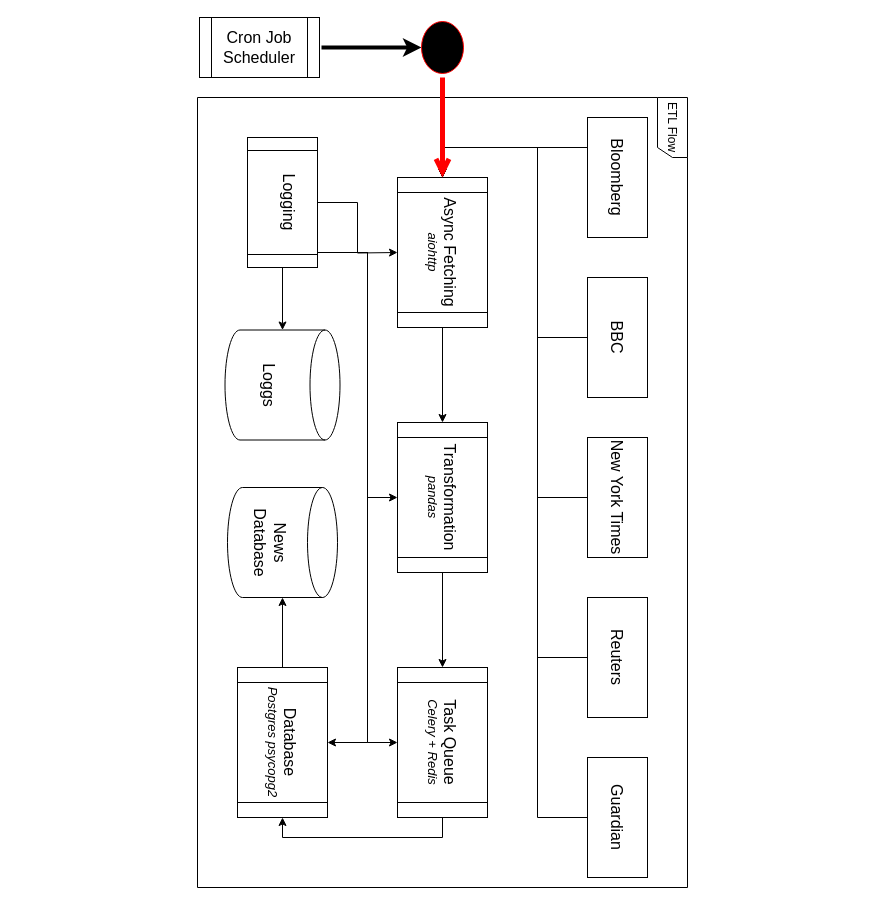
Earlier version of the draw.io diagram etl_process.drawio (JakubK2004/JakubK2004). Source tidied: cells renumbered, new cells numbered last; positions are measured from the earlier drawing's top-left corner, leaving out a move shared by most shapes. Both pictures are drawn from the tidied source at 100%, with x=0, y=0 at pixel (47, 17).
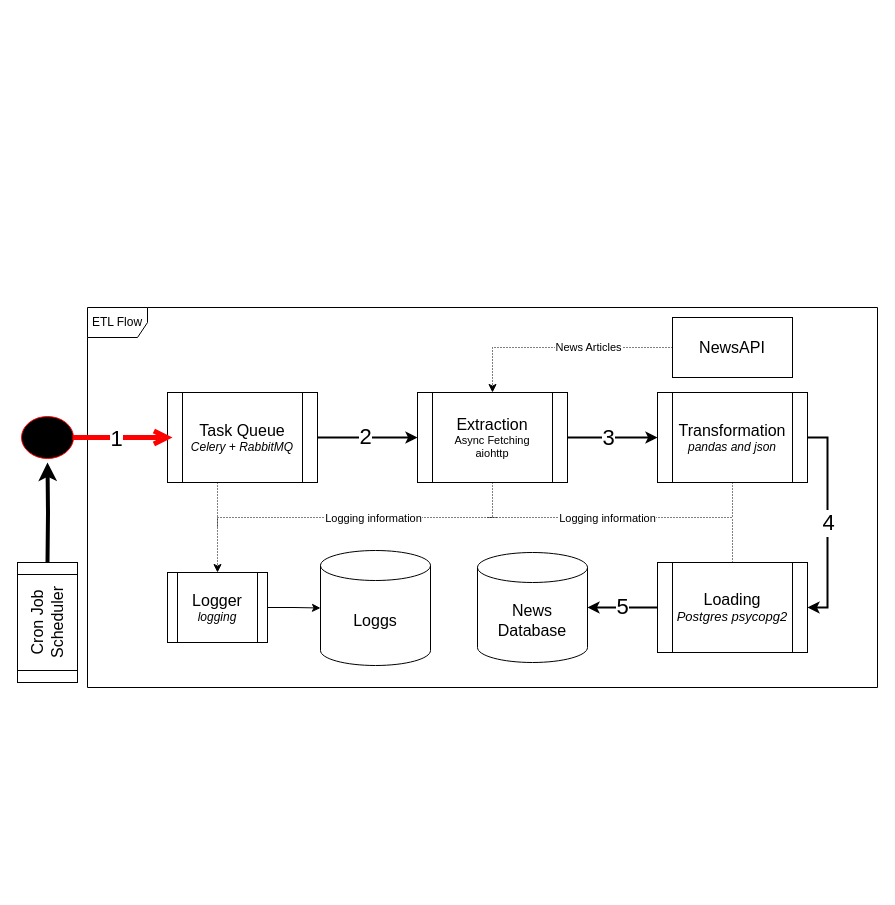
The same page after the edit.

The edit, as a diff of the source:
```diff
@@
-    <mxCell id="2" style="edgeStyle=orthogonalEdgeStyle;rounded=0;orthogonalLoop=1;jettySize=auto;html=1;strokeWidth=4;" parent="1" edge="1">
+    <mxCell id="2" style="edgeStyle=orthogonalEdgeStyle;rounded=0;jettySize=auto;html=1;strokeWidth=4;" parent="1" edge="1" target="33">
       <mxGeometry relative="1" as="geometry">
-        <mxPoint x="274" y="30" as="sourcePoint" />
-        <mxPoint x="374" y="30" as="targetPoint" />
+        <mxPoint y="545" as="sourcePoint" />
       </mxGeometry>
     </mxCell>
-    <mxCell id="3" value="&lt;font style=&quot;font-size: 16px;&quot;&gt;Cron Job Scheduler&lt;/font&gt;" style="shape=process;whiteSpace=wrap;html=1;backgroundOutline=1;" parent="1" vertex="1">
-      <mxGeometry x="152" width="120" height="60" as="geometry" />
-    </mxCell>
-    <mxCell id="4" style="group;rotation=90;" parent="1" vertex="1">
-      <mxGeometry y="230" width="790" height="490" as="geometry" />
-    </mxCell>
-    <mxCell id="5" style="group;rotation=90;" parent="4" vertex="1">
-      <mxGeometry x="190" y="220" width="760" height="60" as="geometry" />
-    </mxCell>
-    <mxCell id="6" value="&lt;font style=&quot;font-size: 16px;&quot;&gt;BBC&lt;/font&gt;" style="rounded=0;whiteSpace=wrap;html=1;rotation=90;" parent="5" vertex="1">
-      <mxGeometry x="320" y="-160" width="120" height="60" as="geometry" />
-    </mxCell>
-    <mxCell id="7" value="&lt;font style=&quot;font-size: 16px;&quot;&gt;New York Times&lt;/font&gt;" style="rounded=0;whiteSpace=wrap;html=1;rotation=90;" parent="5" vertex="1">
-      <mxGeometry x="320" width="120" height="60" as="geometry" />
-    </mxCell>
-    <mxCell id="8" value="&lt;font style=&quot;font-size: 16px;&quot;&gt;Guardian&lt;/font&gt;" style="rounded=0;whiteSpace=wrap;html=1;rotation=90;" parent="5" vertex="1">
-      <mxGeometry x="320" y="320" width="120" height="60" as="geometry" />
-    </mxCell>
-    <mxCell id="9" value="&lt;font style=&quot;font-size: 16px;&quot;&gt;Bloomberg&lt;/font&gt;" style="rounded=0;whiteSpace=wrap;html=1;rotation=90;" parent="5" vertex="1">
-      <mxGeometry x="320" y="-320" width="120" height="60" as="geometry" />
+    <mxCell id="9" value="&lt;font style=&quot;font-size: 16px;&quot;&gt;NewsAPI&lt;/font&gt;" style="rounded=0;whiteSpace=wrap;html=1;rotation=0;" parent="1" vertex="1">
+      <mxGeometry x="625" y="300" width="120" height="60" as="geometry" />
     </mxCell>
-    <mxCell id="10" value="&lt;font style=&quot;font-size: 16px;&quot;&gt;Reuters&lt;/font&gt;" style="rounded=0;whiteSpace=wrap;html=1;rotation=90;" parent="5" vertex="1">
-      <mxGeometry x="320" y="160" width="120" height="60" as="geometry" />
-    </mxCell>
-    <mxCell id="11" style="edgeStyle=orthogonalEdgeStyle;rounded=0;jettySize=auto;html=1;entryX=0;entryY=0.5;entryDx=0;entryDy=0;" parent="4" edge="1" source="12" target="14">
-      <mxGeometry relative="1" as="geometry" />
-    </mxCell>
-    <mxCell id="12" value="&lt;font style=&quot;font-size: 16px;&quot;&gt;Async Fetching&lt;/font&gt;&lt;div&gt;&lt;font size=&quot;1&quot; style=&quot;&quot;&gt;&lt;i style=&quot;font-size: 13px;&quot;&gt;aiohttp&lt;/i&gt;&lt;/font&gt;&lt;/div&gt;" style="shape=process;whiteSpace=wrap;html=1;backgroundOutline=1;rotation=90;" parent="4" vertex="1">
-      <mxGeometry x="320" y="-40" width="150" height="90" as="geometry" />
+    <mxCell id="12" value="&lt;span style=&quot;font-size: 16px;&quot;&gt;Extraction&lt;/span&gt;&lt;div style=&quot;font-size: 11px;&quot;&gt;&lt;font style=&quot;font-size: 11px;&quot;&gt;Async Fetching&lt;/font&gt;&lt;/div&gt;&lt;div style=&quot;font-size: 11px;&quot;&gt;&lt;font style=&quot;font-size: 11px;&quot;&gt;aiohttp&lt;/font&gt;&lt;/div&gt;" style="shape=process;whiteSpace=wrap;html=1;backgroundOutline=1;rotation=0;" parent="1" vertex="1">
+      <mxGeometry x="370" y="375" width="150" height="90" as="geometry" />
     </mxCell>
-    <mxCell id="13" style="edgeStyle=orthogonalEdgeStyle;rounded=0;jettySize=auto;html=1;entryX=0;entryY=0.5;entryDx=0;entryDy=0;" parent="4" edge="1" source="14" target="16">
-      <mxGeometry relative="1" as="geometry" />
-    </mxCell>
-    <mxCell id="14" value="&lt;span style=&quot;font-size: 16px;&quot;&gt;Transformation&lt;/span&gt;&lt;div style=&quot;font-size: 13px;&quot;&gt;&lt;span style=&quot;&quot;&gt;&lt;i&gt;pandas&lt;/i&gt;&lt;/span&gt;&lt;/div&gt;" style="shape=process;whiteSpace=wrap;html=1;backgroundOutline=1;rotation=90;" parent="4" vertex="1">
-      <mxGeometry x="320" y="205" width="150" height="90" as="geometry" />
+    <mxCell id="14" value="&lt;span style=&quot;font-size: 16px;&quot;&gt;Transformation&lt;/span&gt;&lt;div style=&quot;&quot;&gt;&lt;i style=&quot;&quot;&gt;&lt;font style=&quot;font-size: 12px;&quot;&gt;pandas and json&lt;/font&gt;&lt;/i&gt;&lt;/div&gt;" style="shape=process;whiteSpace=wrap;html=1;backgroundOutline=1;rotation=0;" parent="1" vertex="1">
+      <mxGeometry x="610" y="375" width="150" height="90" as="geometry" />
     </mxCell>
-    <mxCell id="15" style="edgeStyle=orthogonalEdgeStyle;rounded=0;jettySize=auto;html=1;entryX=1;entryY=0.5;entryDx=0;entryDy=0;exitX=1;exitY=0.5;exitDx=0;exitDy=0;" parent="4" edge="1" source="16" target="17">
-      <mxGeometry relative="1" as="geometry" />
-    </mxCell>
-    <mxCell id="16" value="&lt;span style=&quot;font-size: 16px;&quot;&gt;Task Queue&lt;/span&gt;&lt;div style=&quot;font-size: 13px;&quot;&gt;&lt;span style=&quot;&quot;&gt;&lt;i&gt;Celery + Redis&lt;/i&gt;&lt;/span&gt;&lt;/div&gt;" style="shape=process;whiteSpace=wrap;html=1;backgroundOutline=1;rotation=90;" parent="4" vertex="1">
-      <mxGeometry x="320" y="450" width="150" height="90" as="geometry" />
+    <mxCell id="16" value="&lt;span style=&quot;font-size: 16px;&quot;&gt;Task Queue&lt;/span&gt;&lt;div style=&quot;&quot;&gt;&lt;i style=&quot;&quot;&gt;&lt;font style=&quot;font-size: 12px;&quot;&gt;Celery + RabbitMQ&lt;/font&gt;&lt;/i&gt;&lt;/div&gt;" style="shape=process;whiteSpace=wrap;html=1;backgroundOutline=1;rotation=0;" parent="1" vertex="1">
+      <mxGeometry x="120" y="375" width="150" height="90" as="geometry" />
     </mxCell>
-    <mxCell id="17" value="&lt;span style=&quot;font-size: 16px;&quot;&gt;Database&lt;/span&gt;&lt;br&gt;&lt;div style=&quot;font-size: 13px;&quot;&gt;&lt;i&gt;Postgres psycopg2&lt;/i&gt;&lt;/div&gt;" style="shape=process;whiteSpace=wrap;html=1;backgroundOutline=1;rotation=90;" parent="4" vertex="1">
-      <mxGeometry x="160" y="450" width="150" height="90" as="geometry" />
+    <mxCell id="17" value="&lt;span style=&quot;font-size: 16px;&quot;&gt;Loading&lt;/span&gt;&lt;br&gt;&lt;div style=&quot;font-size: 13px;&quot;&gt;&lt;i&gt;Postgres psycopg2&lt;/i&gt;&lt;/div&gt;" style="shape=process;whiteSpace=wrap;html=1;backgroundOutline=1;rotation=0;" parent="1" vertex="1">
+      <mxGeometry x="610" y="545" width="150" height="90" as="geometry" />
     </mxCell>
-    <mxCell id="18" value="&lt;font style=&quot;font-size: 16px;&quot;&gt;News Database&lt;/font&gt;" style="shape=cylinder3;whiteSpace=wrap;html=1;boundedLbl=1;backgroundOutline=1;size=15;rotation=90;" parent="4" vertex="1">
-      <mxGeometry x="180" y="240" width="110" height="110" as="geometry" />
+    <mxCell id="18" value="&lt;font style=&quot;font-size: 16px;&quot;&gt;News Database&lt;/font&gt;" style="shape=cylinder3;whiteSpace=wrap;html=1;boundedLbl=1;backgroundOutline=1;size=15;rotation=0;" parent="1" vertex="1">
+      <mxGeometry x="430" y="535" width="110" height="110" as="geometry" />
     </mxCell>
-    <mxCell id="19" value="ETL Flow" style="shape=umlFrame;whiteSpace=wrap;html=1;rotation=90;" parent="4" vertex="1">
-      <mxGeometry width="790" height="490" as="geometry" />
+    <mxCell id="19" value="&lt;font style=&quot;font-size: 12px;&quot;&gt;ETL Flow&lt;/font&gt;" style="shape=umlFrame;whiteSpace=wrap;html=1;rotation=0;" parent="1" vertex="1">
+      <mxGeometry x="40" y="290" width="790" height="380" as="geometry" />
     </mxCell>
-    <mxCell id="20" style="edgeStyle=orthogonalEdgeStyle;rounded=0;jettySize=auto;html=1;exitX=0.25;exitY=1;exitDx=0;exitDy=0;entryX=0;entryY=0.5;entryDx=0;entryDy=0;" parent="4" edge="1" source="9" target="12">
-      <mxGeometry relative="1" as="geometry" />
-    </mxCell>
-    <mxCell id="21" style="edgeStyle=orthogonalEdgeStyle;rounded=0;jettySize=auto;html=1;entryX=0;entryY=0.5;entryDx=0;entryDy=0;" parent="4" edge="1" source="6" target="12">
-      <mxGeometry relative="1" as="geometry">
-        <Array as="points">
-          <mxPoint x="490" y="90" />
-          <mxPoint x="490" y="-100" />
-          <mxPoint x="395" y="-100" />
-        </Array>
-      </mxGeometry>
-    </mxCell>
-    <mxCell id="22" style="edgeStyle=orthogonalEdgeStyle;rounded=0;jettySize=auto;html=1;entryX=0;entryY=0.5;entryDx=0;entryDy=0;" parent="4" edge="1" source="7" target="12">
-      <mxGeometry relative="1" as="geometry">
-        <Array as="points">
-          <mxPoint x="490" y="250" />
-          <mxPoint x="490" y="-100" />
-          <mxPoint x="395" y="-100" />
-        </Array>
-      </mxGeometry>
-    </mxCell>
-    <mxCell id="23" style="edgeStyle=orthogonalEdgeStyle;rounded=0;jettySize=auto;html=1;entryX=0;entryY=0.5;entryDx=0;entryDy=0;" parent="4" edge="1" source="10" target="12">
-      <mxGeometry relative="1" as="geometry">
-        <Array as="points">
-          <mxPoint x="490" y="410" />
-          <mxPoint x="490" y="-100" />
-          <mxPoint x="395" y="-100" />
-        </Array>
-      </mxGeometry>
-    </mxCell>
-    <mxCell id="24" style="edgeStyle=orthogonalEdgeStyle;rounded=0;jettySize=auto;html=1;entryX=0;entryY=0.5;entryDx=0;entryDy=0;" parent="4" edge="1" source="8" target="12">
-      <mxGeometry relative="1" as="geometry">
-        <Array as="points">
-          <mxPoint x="490" y="570" />
-          <mxPoint x="490" y="-100" />
-          <mxPoint x="395" y="-100" />
-        </Array>
-      </mxGeometry>
-    </mxCell>
-    <mxCell id="25" style="edgeStyle=orthogonalEdgeStyle;rounded=0;jettySize=auto;html=1;entryX=1;entryY=0.5;entryDx=0;entryDy=0;entryPerimeter=0;" parent="4" edge="1" source="17" target="18">
+    <mxCell id="25" value="&lt;font style=&quot;font-size: 22px;&quot;&gt;5&lt;/font&gt;" style="edgeStyle=orthogonalEdgeStyle;rounded=0;jettySize=auto;html=1;entryX=1;entryY=0.5;entryDx=0;entryDy=0;entryPerimeter=0;strokeWidth=2;" parent="1" edge="1" source="17" target="18">
       <mxGeometry relative="1" as="geometry" />
     </mxCell>
-    <mxCell id="26" style="edgeStyle=orthogonalEdgeStyle;rounded=0;jettySize=auto;html=1;" parent="4" edge="1" source="31">
-      <mxGeometry relative="1" as="geometry">
-        <mxPoint x="350" y="5" as="targetPoint" />
-      </mxGeometry>
-    </mxCell>
-    <mxCell id="27" style="edgeStyle=orthogonalEdgeStyle;rounded=0;jettySize=auto;html=1;entryX=0.5;entryY=1;entryDx=0;entryDy=0;" parent="4" edge="1" source="31" target="14">
-      <mxGeometry relative="1" as="geometry">
-        <Array as="points">
-          <mxPoint x="320" y="5" />
-          <mxPoint x="320" y="250" />
-        </Array>
-      </mxGeometry>
-    </mxCell>
-    <mxCell id="28" style="edgeStyle=orthogonalEdgeStyle;rounded=0;jettySize=auto;html=1;entryX=0.5;entryY=1;entryDx=0;entryDy=0;" parent="4" edge="1" source="31" target="16">
-      <mxGeometry relative="1" as="geometry">
-        <Array as="points">
-          <mxPoint x="320" y="5" />
-          <mxPoint x="320" y="495" />
-        </Array>
-      </mxGeometry>
-    </mxCell>
-    <mxCell id="29" style="edgeStyle=orthogonalEdgeStyle;rounded=0;jettySize=auto;html=1;entryX=0.5;entryY=0;entryDx=0;entryDy=0;" parent="4" edge="1" source="31" target="17">
-      <mxGeometry relative="1" as="geometry">
-        <Array as="points">
-          <mxPoint x="320" y="5" />
-          <mxPoint x="320" y="495" />
-        </Array>
-      </mxGeometry>
-    </mxCell>
-    <mxCell id="30" style="edgeStyle=orthogonalEdgeStyle;rounded=0;jettySize=auto;html=1;" parent="4" edge="1" source="31" target="32">
+    <mxCell id="30" style="edgeStyle=orthogonalEdgeStyle;rounded=0;jettySize=auto;html=1;" parent="1" edge="1" source="31" target="32">
       <mxGeometry relative="1" as="geometry" />
     </mxCell>
-    <mxCell id="31" value="&lt;font style=&quot;font-size: 16px;&quot;&gt;Logging&lt;/font&gt;&lt;div&gt;&lt;br&gt;&lt;/div&gt;" style="shape=process;whiteSpace=wrap;html=1;backgroundOutline=1;rotation=90;" parent="4" vertex="1">
-      <mxGeometry x="170" y="-80" width="130" height="70" as="geometry" />
+    <mxCell id="31" value="&lt;font style=&quot;font-size: 16px;&quot;&gt;Logger&lt;/font&gt;&lt;div&gt;&lt;i style=&quot;&quot;&gt;&lt;font style=&quot;font-size: 12px;&quot;&gt;logging&lt;/font&gt;&lt;/i&gt;&lt;/div&gt;" style="shape=process;whiteSpace=wrap;html=1;backgroundOutline=1;rotation=0;align=center;" parent="1" vertex="1">
+      <mxGeometry x="120" y="555" width="100" height="70" as="geometry" />
     </mxCell>
-    <mxCell id="32" value="&lt;font style=&quot;font-size: 16px;&quot;&gt;Loggs&lt;/font&gt;" style="shape=cylinder3;whiteSpace=wrap;html=1;boundedLbl=1;backgroundOutline=1;size=15;rotation=90;" parent="4" vertex="1">
-      <mxGeometry x="180" y="80" width="110" height="115" as="geometry" />
+    <mxCell id="32" value="&lt;font style=&quot;font-size: 16px;&quot;&gt;Loggs&lt;/font&gt;" style="shape=cylinder3;whiteSpace=wrap;html=1;boundedLbl=1;backgroundOutline=1;size=15;rotation=0;" parent="1" vertex="1">
+      <mxGeometry x="273" y="533" width="110" height="115" as="geometry" />
     </mxCell>
-    <mxCell id="33" style="ellipse;html=1;shape=startState;fillColor=#000000;strokeColor=#ff0000;" parent="1" vertex="1">
-      <mxGeometry x="370" width="50" height="60" as="geometry" />
+    <mxCell id="33" style="ellipse;html=1;shape=startState;fillColor=#000000;strokeColor=#ff0000;rotation=-90;" parent="1" vertex="1">
+      <mxGeometry x="-25" y="390" width="50" height="60" as="geometry" />
     </mxCell>
-    <mxCell id="34" style="edgeStyle=orthogonalEdgeStyle;html=1;verticalAlign=bottom;endArrow=open;endSize=8;strokeColor=#ff0000;rounded=0;strokeWidth=5;" parent="1" edge="1" source="33">
+    <mxCell id="34" style="edgeStyle=orthogonalEdgeStyle;html=1;verticalAlign=bottom;endArrow=open;endSize=8;strokeColor=#ff0000;rounded=0;strokeWidth=5;" parent="1" edge="1">
       <mxGeometry relative="1" as="geometry">
-        <mxPoint x="395" y="160" as="targetPoint" />
+        <mxPoint x="25" y="420" as="sourcePoint" />
+        <mxPoint x="125" y="420" as="targetPoint" />
+        <Array as="points">
+          <mxPoint x="105" y="420" />
+          <mxPoint x="105" y="420" />
+        </Array>
       </mxGeometry>
     </mxCell>
+    <mxCell id="35" value="&lt;font style=&quot;font-size: 22px;&quot;&gt;1&lt;/font&gt;" style="edgeLabel;html=1;align=center;verticalAlign=middle;" parent="34" vertex="1">
+      <mxGeometry x="-0.32" y="-1" relative="1" as="geometry">
+        <mxPoint x="9" as="offset" />
+      </mxGeometry>
+    </mxCell>
+    <mxCell id="11" style="edgeStyle=orthogonalEdgeStyle;rounded=0;jettySize=auto;html=1;entryX=0;entryY=0.5;entryDx=0;entryDy=0;exitX=1;exitY=0.5;exitDx=0;exitDy=0;strokeWidth=2;" parent="1" edge="1" source="12" target="14">
+      <mxGeometry relative="1" as="geometry" />
+    </mxCell>
+    <mxCell id="36" value="&lt;span style=&quot;font-size: 22px;&quot;&gt;3&lt;/span&gt;" style="edgeLabel;html=1;align=center;verticalAlign=middle;" parent="11" vertex="1">
+      <mxGeometry x="-0.11" relative="1" as="geometry" />
+    </mxCell>
+    <mxCell id="37" style="edgeStyle=orthogonalEdgeStyle;rounded=0;jettySize=auto;html=1;dashed=1;dashPattern=1 2;endArrow=none;endFill=0;" parent="1" edge="1" source="12">
+      <mxGeometry relative="1" as="geometry">
+        <mxPoint x="170" y="510" as="targetPoint" />
+        <Array as="points">
+          <mxPoint x="445" y="500" />
+          <mxPoint x="170" y="500" />
+        </Array>
+      </mxGeometry>
+    </mxCell>
+    <mxCell id="38" value="Logging information" style="edgeLabel;html=1;align=center;verticalAlign=middle;" parent="37" vertex="1">
+      <mxGeometry x="-0.03" relative="1" as="geometry" />
+    </mxCell>
+    <mxCell id="39" style="edgeStyle=orthogonalEdgeStyle;rounded=0;jettySize=auto;html=1;entryX=1;entryY=0.5;entryDx=0;entryDy=0;exitX=1;exitY=0.5;exitDx=0;exitDy=0;strokeWidth=2;" parent="1" edge="1" source="14" target="17">
+      <mxGeometry relative="1" as="geometry" />
+    </mxCell>
+    <mxCell id="40" value="&lt;span style=&quot;font-size: 22px;&quot;&gt;4&lt;/span&gt;" style="edgeLabel;html=1;align=center;verticalAlign=middle;" parent="39" vertex="1">
+      <mxGeometry relative="1" as="geometry" />
+    </mxCell>
+    <mxCell id="41" style="edgeStyle=orthogonalEdgeStyle;rounded=0;jettySize=auto;html=1;endArrow=none;endFill=0;dashed=1;dashPattern=1 2;" parent="1" edge="1" source="14">
+      <mxGeometry relative="1" as="geometry">
+        <mxPoint x="450" y="500" as="targetPoint" />
+        <Array as="points">
+          <mxPoint x="685" y="500" />
+          <mxPoint x="440" y="500" />
+        </Array>
+      </mxGeometry>
+    </mxCell>
+    <mxCell id="42" value="Logging information" style="edgeLabel;html=1;align=center;verticalAlign=middle;" parent="41" vertex="1">
+      <mxGeometry x="0.11" relative="1" as="geometry" />
+    </mxCell>
+    <mxCell id="43" style="edgeStyle=orthogonalEdgeStyle;rounded=0;jettySize=auto;html=1;exitX=1;exitY=0.5;exitDx=0;exitDy=0;strokeWidth=2;entryX=0;entryY=0.5;entryDx=0;entryDy=0;" parent="1" edge="1" source="16">
+      <mxGeometry relative="1" as="geometry">
+        <mxPoint x="370" y="420" as="targetPoint" />
+      </mxGeometry>
+    </mxCell>
+    <mxCell id="44" value="&lt;span style=&quot;font-size: 22px;&quot;&gt;2&lt;/span&gt;" style="edgeLabel;html=1;align=center;verticalAlign=middle;" parent="43" vertex="1">
+      <mxGeometry x="-0.07" y="1" relative="1" as="geometry" />
+    </mxCell>
+    <mxCell id="45" style="edgeStyle=orthogonalEdgeStyle;rounded=0;jettySize=auto;html=1;entryX=0.5;entryY=0;entryDx=0;entryDy=0;dashed=1;dashPattern=1 2;" parent="1" edge="1" source="16" target="31">
+      <mxGeometry relative="1" as="geometry">
+        <Array as="points">
+          <mxPoint x="170" y="490" />
+          <mxPoint x="170" y="490" />
+        </Array>
+      </mxGeometry>
+    </mxCell>
+    <mxCell id="46" style="edgeStyle=orthogonalEdgeStyle;rounded=0;jettySize=auto;html=1;endArrow=none;endFill=0;dashed=1;dashPattern=1 2;" parent="1" edge="1" source="17">
+      <mxGeometry relative="1" as="geometry">
+        <mxPoint x="685" y="500" as="targetPoint" />
+      </mxGeometry>
+    </mxCell>
+    <mxCell id="47" style="edgeStyle=orthogonalEdgeStyle;rounded=0;jettySize=auto;html=1;strokeWidth=4;" parent="1" edge="1" target="3">
+      <mxGeometry relative="1" as="geometry">
+        <mxPoint y="545" as="sourcePoint" />
+      </mxGeometry>
+    </mxCell>
+    <mxCell id="3" value="&lt;font style=&quot;font-size: 16px;&quot;&gt;Cron Job Scheduler&lt;/font&gt;" style="shape=process;whiteSpace=wrap;html=1;backgroundOutline=1;rotation=-90;" parent="1" vertex="1">
+      <mxGeometry x="-60" y="575" width="120" height="60" as="geometry" />
+    </mxCell>
+    <mxCell id="48" style="edgeStyle=orthogonalEdgeStyle;rounded=0;orthogonalLoop=1;jettySize=auto;html=1;endArrow=none;endFill=0;" parent="1" edge="1">
+      <mxGeometry relative="1" as="geometry">
+        <mxPoint x="600" y="320" as="targetPoint" />
+        <Array as="points">
+          <mxPoint x="760" y="320" />
+        </Array>
+      </mxGeometry>
+    </mxCell>
+    <mxCell id="49" style="edgeStyle=orthogonalEdgeStyle;rounded=0;orthogonalLoop=1;jettySize=auto;html=1;endArrow=none;endFill=0;" parent="1" edge="1">
+      <mxGeometry relative="1" as="geometry">
+        <mxPoint x="440" y="320" as="targetPoint" />
+        <Array as="points">
+          <mxPoint x="600" y="320" />
+        </Array>
+      </mxGeometry>
+    </mxCell>
+    <mxCell id="20" style="edgeStyle=orthogonalEdgeStyle;rounded=0;jettySize=auto;html=1;entryX=0.5;entryY=0;entryDx=0;entryDy=0;dashed=1;dashPattern=1 2;exitX=0;exitY=0.5;exitDx=0;exitDy=0;" parent="1" edge="1" source="9" target="12">
+      <mxGeometry relative="1" as="geometry" />
+    </mxCell>
+    <mxCell id="50" value="News Articles" style="edgeLabel;html=1;align=center;verticalAlign=middle;" parent="20" vertex="1">
+      <mxGeometry x="-0.02" y="-1" relative="1" as="geometry">
+        <mxPoint x="25" as="offset" />
+      </mxGeometry>
+    </mxCell>
```
